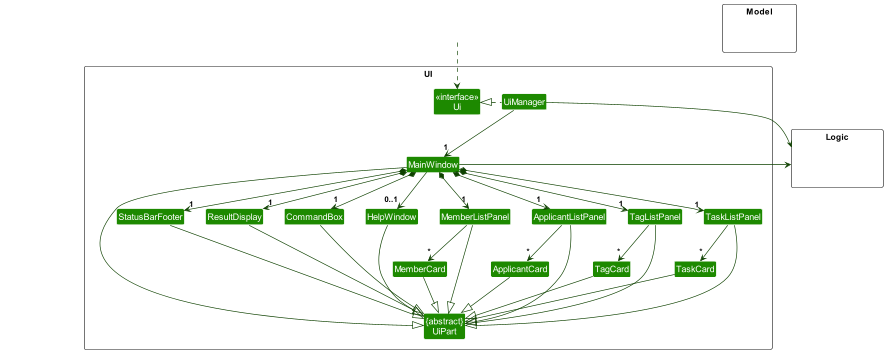
The PlantUML diagram docs/images/UiClassDiagram.png in nus-cs2103-AY2324S1/tp, before a commit.
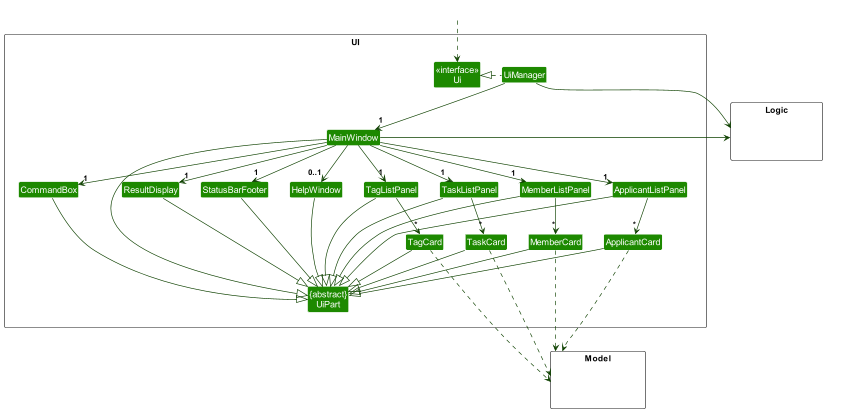
After the commit.

What changed in the source:
```diff
@@ -36,13 +36,13 @@
 
 UiManager .left.|> Ui
 UiManager -down-> "1" MainWindow
-MainWindow *-down->  "1" CommandBox
-MainWindow *-down-> "1" ResultDisplay
-MainWindow *-down-> "1" MemberListPanel
-MainWindow *-down-> "1" ApplicantListPanel
-MainWindow *-down-> "1" TagListPanel
-MainWindow *-down-> "1" TaskListPanel
-MainWindow *-down-> "1" StatusBarFooter
+MainWindow -down->  "1" CommandBox
+MainWindow -down-> "1" ResultDisplay
+MainWindow -down-> "1" MemberListPanel
+MainWindow -down-> "1" ApplicantListPanel
+MainWindow -down-> "1" TagListPanel
+MainWindow -down-> "1" TaskListPanel
+MainWindow -down-> "1" StatusBarFooter
 MainWindow --> "0..1" HelpWindow
 
 MemberListPanel -down-> "*" MemberCard
@@ -65,11 +65,17 @@
 StatusBarFooter --|> UiPart
 HelpWindow --|> UiPart
 
-UiManager -right-> Logic
+MemberCard ..> Model
+ApplicantCard ..> Model
+TagCard ..> Model
+TaskCard ..> Model
+
+UiManager -right--> Logic
 MainWindow -left-> Logic
 HelpWindow -[hidden]left- CommandBox
 CommandBox -[hidden]left- ResultDisplay
 ResultDisplay -[hidden]left- StatusBarFooter
+UI -[hidden]-----> Model
 
 MainWindow -[hidden]-|> UiPart
 @enduml
```
